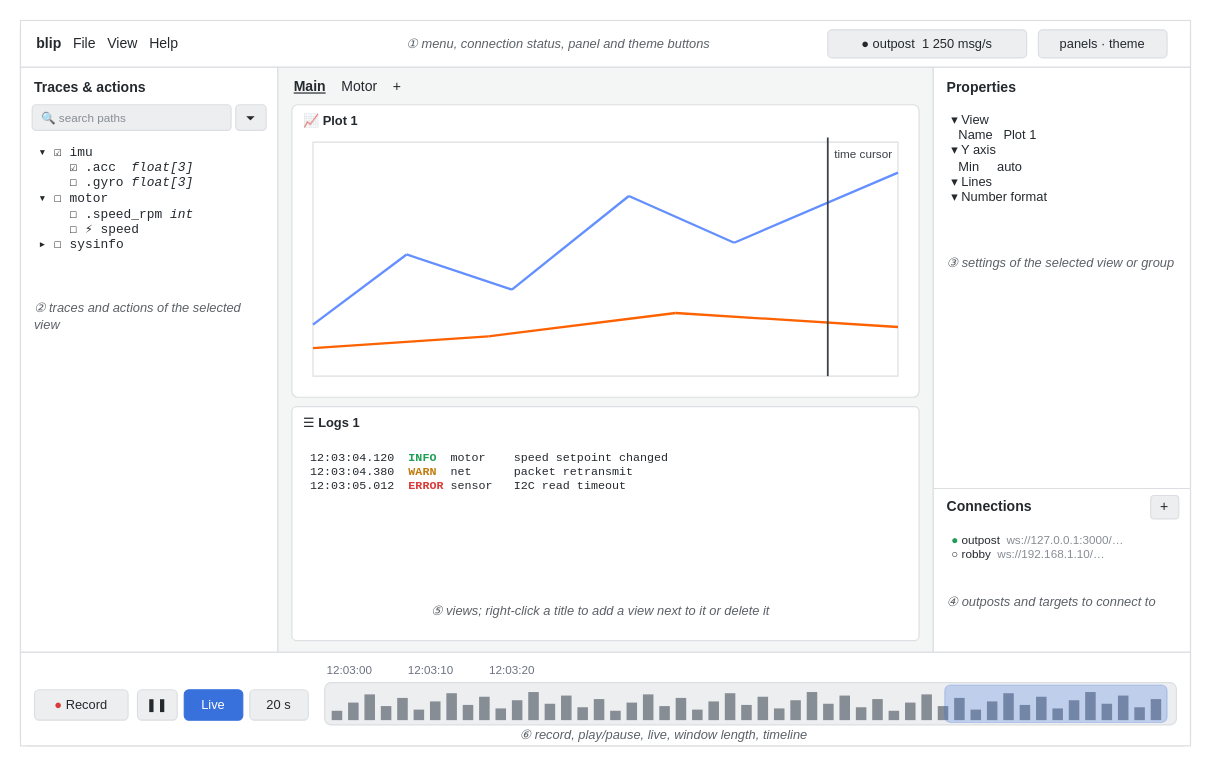
The draw.io diagram doc/source/diagrams/blip-window.drawio in stefanluethi/blip, before the edit. Source tidied: cells renumbered, new cells numbered last; positions are measured from the earlier drawing's top-left corner, leaving out a move shared by most shapes. Both pictures are drawn from the tidied source at 117%, with x=0, y=0 at pixel (20, 20).
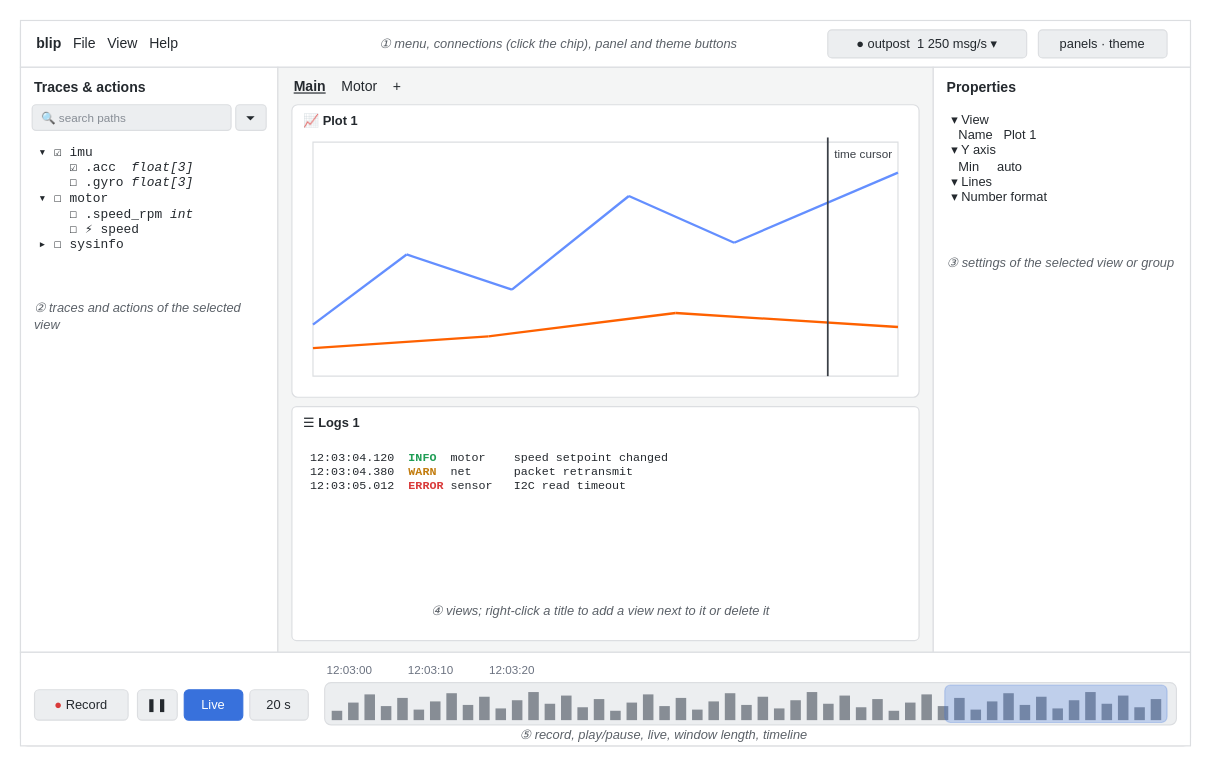
The same page after the edit.

Change to the diagram source:
```diff
@@
-    <mxCell id="5" value="● outpost &amp;nbsp;1 250 msg/s" style="fontColor=#24292e;fontFamily=Fira Sans,Helvetica,Arial,sans-serif;html=1;whiteSpace=wrap;rounded=1;fillColor=#eceef0;strokeColor=#dcdee1;fontSize=11;" parent="1" vertex="1">
+    <mxCell id="5" value="● outpost &amp;nbsp;1 250 msg/s ▾" style="fontColor=#24292e;fontFamily=Fira Sans,Helvetica,Arial,sans-serif;html=1;whiteSpace=wrap;rounded=1;fillColor=#eceef0;strokeColor=#dcdee1;fontSize=11;" parent="1" vertex="1">
       <mxGeometry x="690" y="8" width="170" height="24" as="geometry" />
     </mxCell>
@@
-    <mxCell id="7" value="① menu, connection status, panel and theme buttons" style="fontColor=#24292e;fontFamily=Fira Sans,Helvetica,Arial,sans-serif;text;html=1;whiteSpace=wrap;align=center;verticalAlign=middle;fontSize=11;fontStyle=2;fontColor=#5b6168;" parent="1" vertex="1">
+    <mxCell id="7" value="① menu, connections (click the chip), panel and theme buttons" style="fontColor=#24292e;fontFamily=Fira Sans,Helvetica,Arial,sans-serif;text;html=1;whiteSpace=wrap;align=center;verticalAlign=middle;fontSize=11;fontStyle=2;fontColor=#5b6168;" parent="1" vertex="1">
       <mxGeometry x="250" y="8" width="420" height="24" as="geometry" />
     </mxCell>
@@
-    <mxCell id="18" style="strokeColor=#5b6168;fontColor=#24292e;labelBackgroundColor=#ffffff;fontFamily=Fira Sans,Helvetica,Arial,sans-serif;html=1;endArrow=block;endFill=1;fontSize=10;rounded=0;endArrow=none;strokeColor=#dcdee1;" parent="1" edge="1">
-      <mxGeometry relative="1" as="geometry">
-        <mxPoint x="780" y="400" as="sourcePoint" />
-        <mxPoint x="1000" y="400" as="targetPoint" />
-      </mxGeometry>
-    </mxCell>
-    <mxCell id="19" value="&lt;b&gt;Connections&lt;/b&gt;" style="fontColor=#24292e;fontFamily=Fira Sans,Helvetica,Arial,sans-serif;text;html=1;whiteSpace=wrap;align=center;verticalAlign=middle;fontSize=12;align=left;" parent="1" vertex="1">
-      <mxGeometry x="790" y="406" width="150" height="20" as="geometry" />
-    </mxCell>
-    <mxCell id="20" value="+" style="fontColor=#24292e;fontFamily=Fira Sans,Helvetica,Arial,sans-serif;html=1;whiteSpace=wrap;rounded=1;fillColor=#eceef0;strokeColor=#dcdee1;fontSize=12;" parent="1" vertex="1">
-      <mxGeometry x="966" y="406" width="24" height="20" as="geometry" />
-    </mxCell>
-    <mxCell id="21" value="&lt;font color='#1f9d55'&gt;●&lt;/font&gt; outpost &amp;nbsp;&lt;font color='#878d95'&gt;ws://127.0.0.1:3000/…&lt;/font&gt;&lt;br&gt;○ robby &amp;nbsp;&lt;font color='#878d95'&gt;ws://192.168.1.10/…&lt;/font&gt;" style="fontColor=#24292e;fontFamily=Fira Sans,Helvetica,Arial,sans-serif;text;html=1;whiteSpace=wrap;align=center;verticalAlign=middle;fontSize=10;align=left;verticalAlign=top;" parent="1" vertex="1">
-      <mxGeometry x="794" y="432" width="200" height="40" as="geometry" />
-    </mxCell>
-    <mxCell id="22" value="④ outposts and targets to connect to" style="fontColor=#24292e;fontFamily=Fira Sans,Helvetica,Arial,sans-serif;text;html=1;whiteSpace=wrap;align=center;verticalAlign=middle;fontSize=11;fontStyle=2;fontColor=#5b6168;align=left;" parent="1" vertex="1">
-      <mxGeometry x="790" y="480" width="200" height="34" as="geometry" />
-    </mxCell>
@@
-    <mxCell id="41" value="⑤ views; right-click a title to add a view next to it or delete it" style="fontColor=#24292e;fontFamily=Fira Sans,Helvetica,Arial,sans-serif;text;html=1;whiteSpace=wrap;align=center;verticalAlign=middle;fontSize=11;fontStyle=2;fontColor=#5b6168;" parent="1" vertex="1">
+    <mxCell id="41" value="④ views; right-click a title to add a view next to it or delete it" style="fontColor=#24292e;fontFamily=Fira Sans,Helvetica,Arial,sans-serif;text;html=1;whiteSpace=wrap;align=center;verticalAlign=middle;fontSize=11;fontStyle=2;fontColor=#5b6168;" parent="1" vertex="1">
       <mxGeometry x="246" y="490" width="500" height="30" as="geometry" />
     </mxCell>
@@
-    <mxCell id="101" value="⑥ record, play/pause, live, window length, timeline" style="fontColor=#24292e;fontFamily=Fira Sans,Helvetica,Arial,sans-serif;text;html=1;whiteSpace=wrap;align=center;verticalAlign=middle;fontSize=11;fontStyle=2;fontColor=#5b6168;" parent="1" vertex="1">
+    <mxCell id="101" value="⑤ record, play/pause, live, window length, timeline" style="fontColor=#24292e;fontFamily=Fira Sans,Helvetica,Arial,sans-serif;text;html=1;whiteSpace=wrap;align=center;verticalAlign=middle;fontSize=11;fontStyle=2;fontColor=#5b6168;" parent="1" vertex="1">
       <mxGeometry x="300" y="604" width="500" height="14" as="geometry" />
     </mxCell>
```
